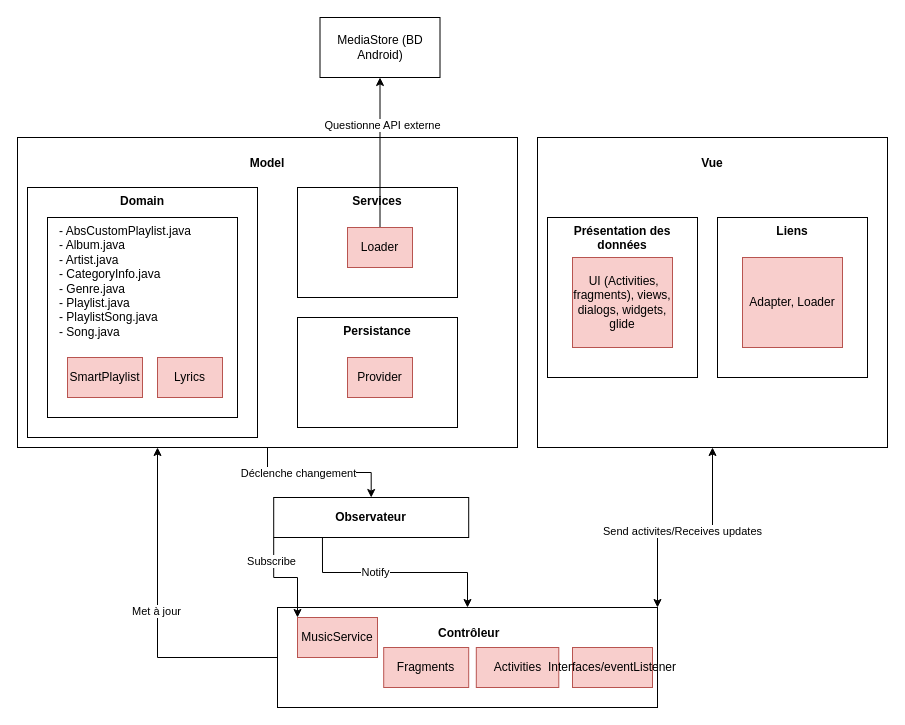
Earlier version of the draw.io diagram Phonograph_diagram.drawio (ThisHobbit/Phonograph). Source tidied: cells renumbered, new cells numbered last; positions are measured from the earlier drawing's top-left corner, leaving out a move shared by most shapes. Both pictures are drawn from the tidied source at 100%, with x=0, y=0 at pixel (17, 17).
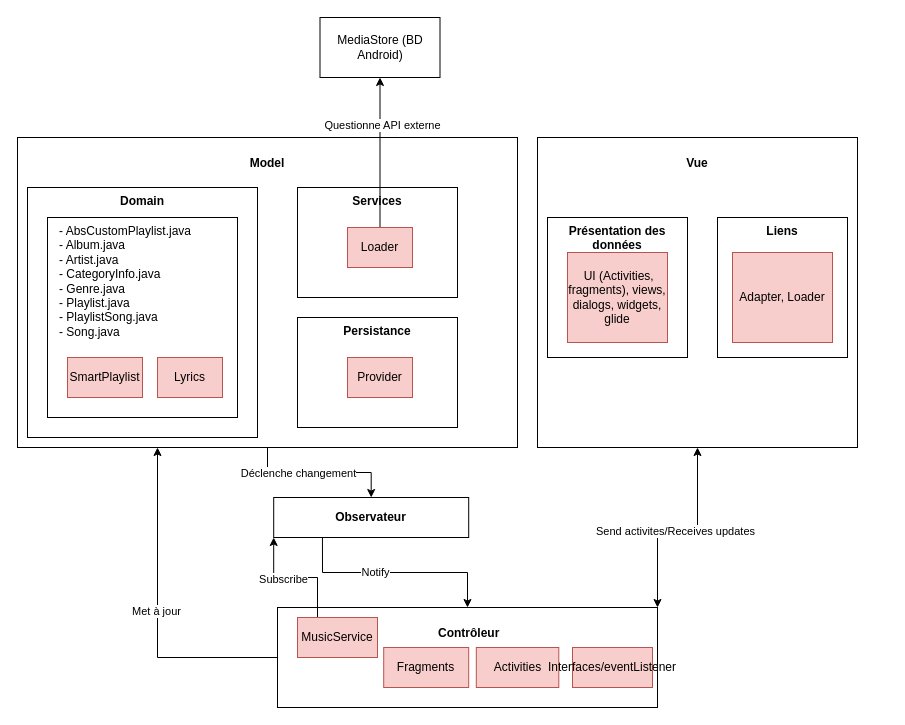
After the change.

The change refers to these unchanged cells:
```xml
<mxCell id="30" value="&lt;span style=&quot;color: light-dark(rgb(0, 0, 0), rgb(0, 0, 0));&quot;&gt;MusicService&lt;/span&gt;" style="rounded=0;whiteSpace=wrap;html=1;fillColor=light-dark(#F8CECC,#CC99FF);strokeColor=#b85450;" parent="1" vertex="1">
  <mxGeometry x="280" y="600" width="80" height="40" as="geometry" />
</mxCell>
<mxCell id="35" value="&lt;div&gt;&lt;blockquote&gt;&lt;blockquote&gt;&lt;span style=&quot;color: light-dark(rgb(0, 0, 0), rgb(0, 0, 0));&quot;&gt;Observateur&lt;/span&gt;&lt;/blockquote&gt;&lt;/blockquote&gt;&lt;/div&gt;" style="rounded=0;whiteSpace=wrap;html=1;fillColor=light-dark(#FFFFFF,#FFE599);gradientColor=none;align=center;verticalAlign=middle;fontStyle=1;" parent="1" vertex="1">
  <mxGeometry x="256.2" y="480" width="195" height="40" as="geometry" />
</mxCell>
```

The edit, as a diff of the source:
```diff
@@
     <mxCell id="19" value="&lt;div&gt;&lt;blockquote&gt;&lt;blockquote&gt;&lt;span style=&quot;color: light-dark(rgb(0, 0, 0), rgb(0, 0, 0));&quot;&gt;Vue&lt;/span&gt;&lt;/blockquote&gt;&lt;/blockquote&gt;&lt;/div&gt;" style="rounded=0;whiteSpace=wrap;html=1;fillColor=light-dark(#FFFFFF,#FFE599);gradientColor=none;align=center;verticalAlign=top;fontStyle=1;" parent="1" vertex="1">
-      <mxGeometry x="520" y="120" width="350" height="310" as="geometry" />
+      <mxGeometry x="520" y="120" width="320" height="310" as="geometry" />
     </mxCell>
     <mxCell id="20" value="&lt;b style=&quot;color: light-dark(rgb(0, 0, 0), rgb(0, 0, 0));&quot;&gt;Présentation des données&lt;/b&gt;" style="rounded=0;whiteSpace=wrap;html=1;fillColor=light-dark(#FFFFFF,#FFFFFF);strokeColor=light-dark(#000000,#000000);verticalAlign=top;labelBorderColor=none;perimeterSpacing=0;" parent="1" vertex="1">
-      <mxGeometry x="530" y="200" width="150" height="160" as="geometry" />
+      <mxGeometry x="530" y="200" width="140" height="140" as="geometry" />
     </mxCell>
     <mxCell id="21" value="&lt;b style=&quot;color: light-dark(rgb(0, 0, 0), rgb(0, 0, 0));&quot;&gt;Liens&lt;/b&gt;" style="rounded=0;whiteSpace=wrap;html=1;fillColor=light-dark(#FFFFFF,#FFFFFF);strokeColor=light-dark(#000000,#000000);verticalAlign=top;labelBorderColor=none;perimeterSpacing=0;" parent="1" vertex="1">
-      <mxGeometry x="700" y="200" width="150" height="160" as="geometry" />
+      <mxGeometry x="700" y="200" width="130" height="140" as="geometry" />
     </mxCell>
     <mxCell id="22" value="&lt;span style=&quot;color: light-dark(rgb(0, 0, 0), rgb(0, 0, 0));&quot;&gt;&amp;nbsp;UI (Activities, fragments), views, dialogs, widgets, glide&lt;/span&gt;" style="rounded=0;whiteSpace=wrap;html=1;fillColor=light-dark(#F8CECC,#CC99FF);strokeColor=#b85450;" parent="1" vertex="1">
-      <mxGeometry x="555" y="240" width="100" height="90" as="geometry" />
+      <mxGeometry x="550" y="235" width="100" height="90" as="geometry" />
     </mxCell>
     <mxCell id="23" value="&lt;span style=&quot;color: light-dark(rgb(0, 0, 0), rgb(0, 0, 0));&quot;&gt;Adapter, Loader&lt;/span&gt;" style="rounded=0;whiteSpace=wrap;html=1;fillColor=light-dark(#F8CECC,#CC99FF);strokeColor=#b85450;" parent="1" vertex="1">
-      <mxGeometry x="725" y="240" width="100" height="90" as="geometry" />
+      <mxGeometry x="715" y="235" width="100" height="90" as="geometry" />
     </mxCell>
@@
+    <mxCell id="36" style="edgeStyle=orthogonalEdgeStyle;rounded=0;jettySize=auto;html=1;exitX=0.25;exitY=0;exitDx=0;exitDy=0;entryX=0;entryY=1;entryDx=0;entryDy=0;" parent="1" edge="1" source="30" target="35">
+      <mxGeometry relative="1" as="geometry" />
+    </mxCell>
+    <mxCell id="34" value="Subscribe" style="edgeLabel;html=1;align=center;verticalAlign=middle;" parent="36" vertex="1">
+      <mxGeometry x="0.21" y="1" relative="1" as="geometry" />
+    </mxCell>
@@
-    <mxCell id="33" style="edgeStyle=orthogonalEdgeStyle;rounded=0;jettySize=auto;html=1;exitX=0;exitY=1;exitDx=0;exitDy=0;entryX=0;entryY=0;entryDx=0;entryDy=0;strokeColor=light-dark(#000000,#33FF33);" parent="1" edge="1" source="35" target="30">
-      <mxGeometry relative="1" as="geometry" />
-    </mxCell>
-    <mxCell id="34" value="Subscribe" style="edgeLabel;html=1;align=center;verticalAlign=middle;" parent="33" vertex="1">
-      <mxGeometry x="-0.56" y="-3" relative="1" as="geometry" />
-    </mxCell>
```
